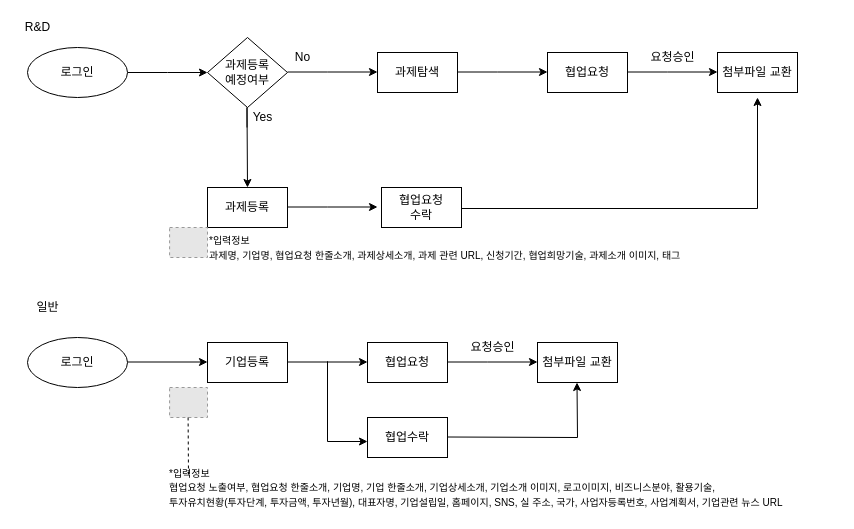
Earlier version of the draw.io diagram 협업_수정.drawio (Lucidhomme/TIL). Source tidied: cells renumbered, new cells numbered last; positions are measured from the earlier drawing's top-left corner, leaving out a move shared by most shapes. Both pictures are drawn from the tidied source at 100%, with x=0, y=0 at pixel (17, 17). Pictures stored in the file or linked from it are replaced by grey dashed boxes.
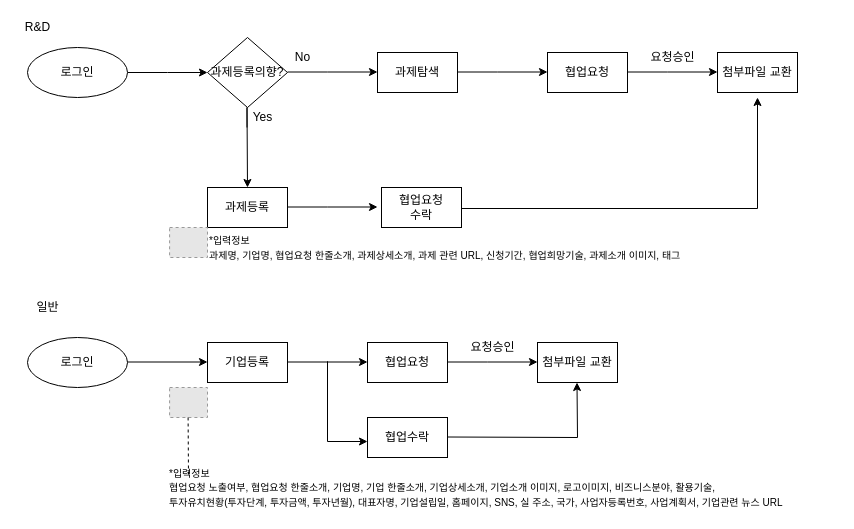
Above is the later version.

Change to the diagram source:
```diff
@@
-    <mxCell id="5" value="과제등록 &lt;br&gt;예정여부" style="rhombus;whiteSpace=wrap;html=1;" parent="1" vertex="1">
+    <mxCell id="5" value="과제등록의향?" style="rhombus;whiteSpace=wrap;html=1;" parent="1" vertex="1">
       <mxGeometry x="190" y="20" width="80" height="70" as="geometry" />
     </mxCell>
```
